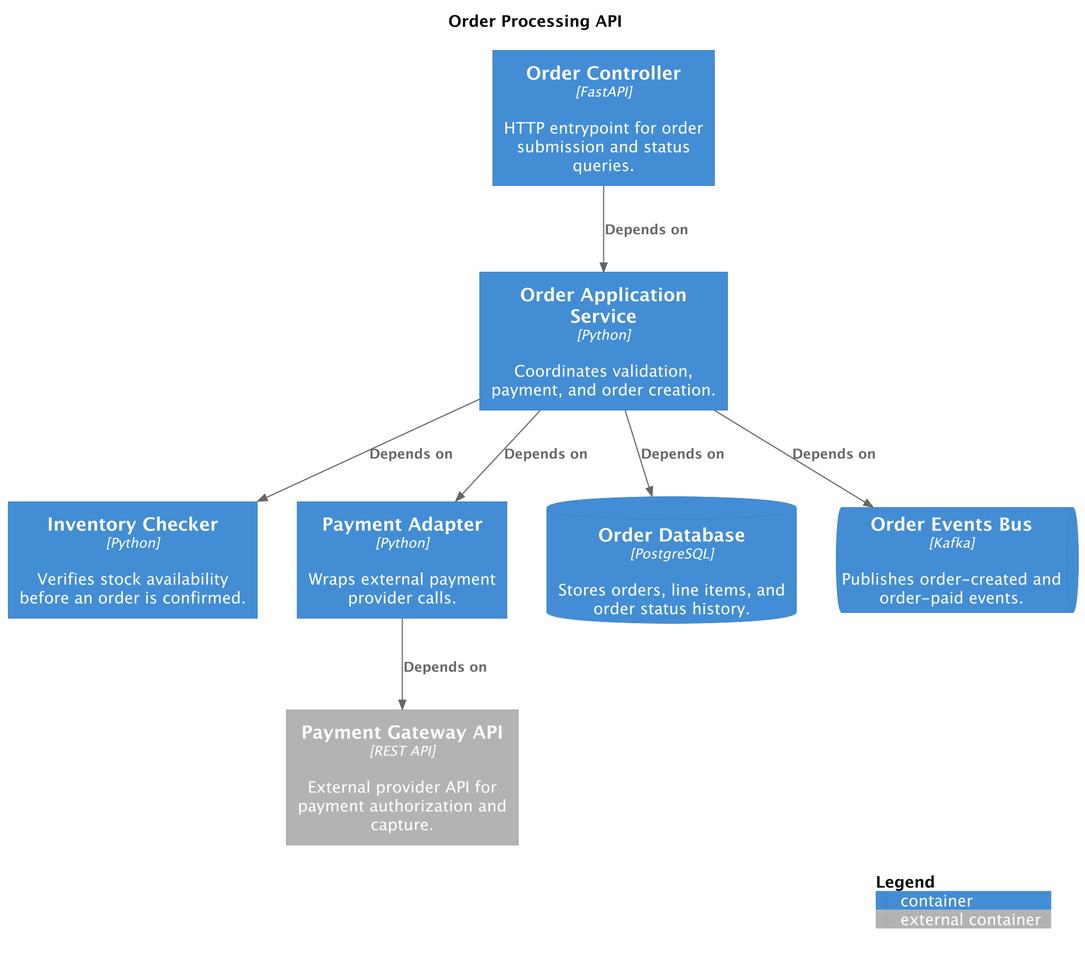
This is docs/assets/converters/docker-compose-diagram.png from 0x4e3/c4-diagrams, a PlantUML export, as it was before one commit. Its diagram source:
```plantuml
@startuml
!if %variable_exists("RELATIVE_INCLUDE")
    !include %get_variable_value("RELATIVE_INCLUDE")/C4_Container.puml
!else
    !include https://raw.githubusercontent.com/plantuml-stdlib/C4-PlantUML/master/C4_Container.puml
!endif

title Order Processing API

Container(order_controller, "Order Controller", "FastAPI", "HTTP entrypoint for order submission and status queries.", $tags="Entrypoint+CoreComponent")

Container(order_app_service, "Order Application Service", "Python", "Coordinates validation, payment, and order creation.", $tags="CoreComponent+Orders")

Container(inventory_checker, "Inventory Checker", "Python", "Verifies stock availability before an order is confirmed.", $tags="CoreComponent")

Container(payment_adapter, "Payment Adapter", "Python", "Wraps external payment provider calls.", $tags="CoreComponent+Payments")

ContainerDb(order_db, "Order Database", "PostgreSQL", "Stores orders, line items, and order status history.", $tags="ComponentDatabase")

ContainerQueue(order_events_bus, "Order Events Bus", "Kafka", "Publishes order-created and order-paid events.", $tags="AsyncComponent")

Container_Ext(payment_gateway_api, "Payment Gateway API", "REST API", "External provider API for payment authorization and capture.", $tags="ExternalComponent")

Rel(order_controller, order_app_service, "Depends on", $tags="InfraDependency")
Rel(order_app_service, inventory_checker, "Depends on", $tags="InfraDependency")
Rel(order_app_service, payment_adapter, "Depends on", $tags="InfraDependency")
Rel(order_app_service, order_db, "Depends on", $tags="InfraDependency")
Rel(order_app_service, order_events_bus, "Depends on", $tags="InfraDependency")
Rel(payment_adapter, payment_gateway_api, "Depends on", $tags="InfraDependency")

SHOW_LEGEND($hideStereotype="true", $details=Normal())

@enduml
```
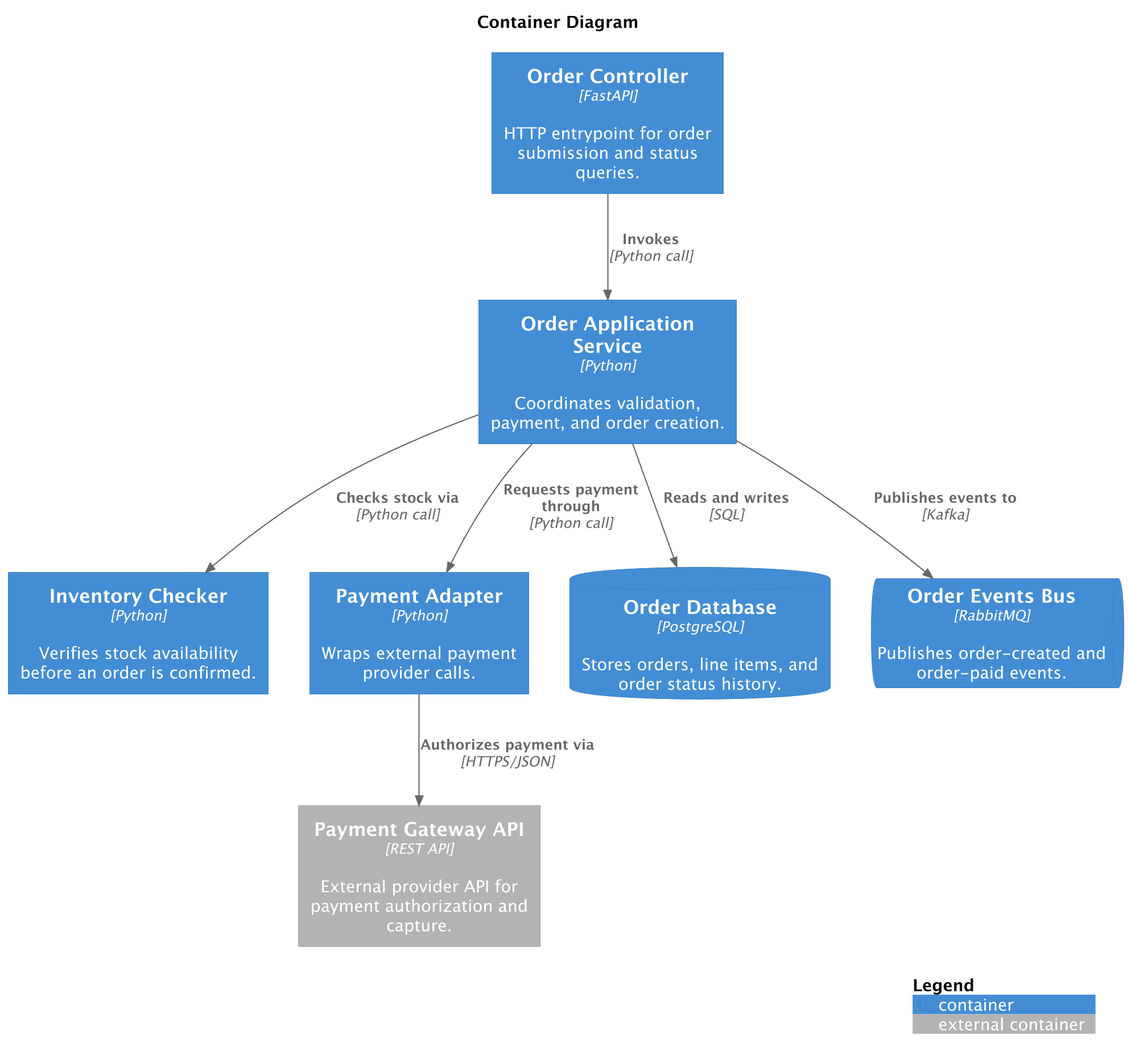
Above is the later version.

Commit message:
docs: improve json diagrams docs

Change to the diagram source:
```diff
@@ -4,8 +4,9 @@
 !else
     !include https://raw.githubusercontent.com/plantuml-stdlib/C4-PlantUML/master/C4_Container.puml
 !endif
+skinparam dpi 200
 
-title Order Processing API
+title Container Diagram
 
 Container(order_controller, "Order Controller", "FastAPI", "HTTP entrypoint for order submission and status queries.", $tags="Entrypoint+CoreComponent")
 
@@ -17,16 +18,16 @@
 
 ContainerDb(order_db, "Order Database", "PostgreSQL", "Stores orders, line items, and order status history.", $tags="ComponentDatabase")
 
-ContainerQueue(order_events_bus, "Order Events Bus", "Kafka", "Publishes order-created and order-paid events.", $tags="AsyncComponent")
+ContainerQueue(order_events_bus, "Order Events Bus", "RabbitMQ", "Publishes order-created and order-paid events.", $tags="AsyncComponent")
 
 Container_Ext(payment_gateway_api, "Payment Gateway API", "REST API", "External provider API for payment authorization and capture.", $tags="ExternalComponent")
 
-Rel(order_controller, order_app_service, "Depends on", $tags="InfraDependency")
-Rel(order_app_service, inventory_checker, "Depends on", $tags="InfraDependency")
-Rel(order_app_service, payment_adapter, "Depends on", $tags="InfraDependency")
-Rel(order_app_service, order_db, "Depends on", $tags="InfraDependency")
-Rel(order_app_service, order_events_bus, "Depends on", $tags="InfraDependency")
-Rel(payment_adapter, payment_gateway_api, "Depends on", $tags="InfraDependency")
+Rel(order_controller, order_app_service, "Invokes", "Python call", $tags="SyncCall")
+Rel(order_app_service, inventory_checker, "Checks stock via", "Python call", $tags="SyncCall")
+Rel(order_app_service, payment_adapter, "Requests payment through", "Python call", $tags="SyncCall")
+Rel(order_app_service, order_db, "Reads and writes", "SQL", $tags="DataAccess")
+Rel(order_app_service, order_events_bus, "Publishes events to", "Kafka", $tags="AsyncFlow")
+Rel(payment_adapter, payment_gateway_api, "Authorizes payment via", "HTTPS/JSON", $tags="ExternalCall")
 
 SHOW_LEGEND($hideStereotype="true", $details=Normal())
 
```
